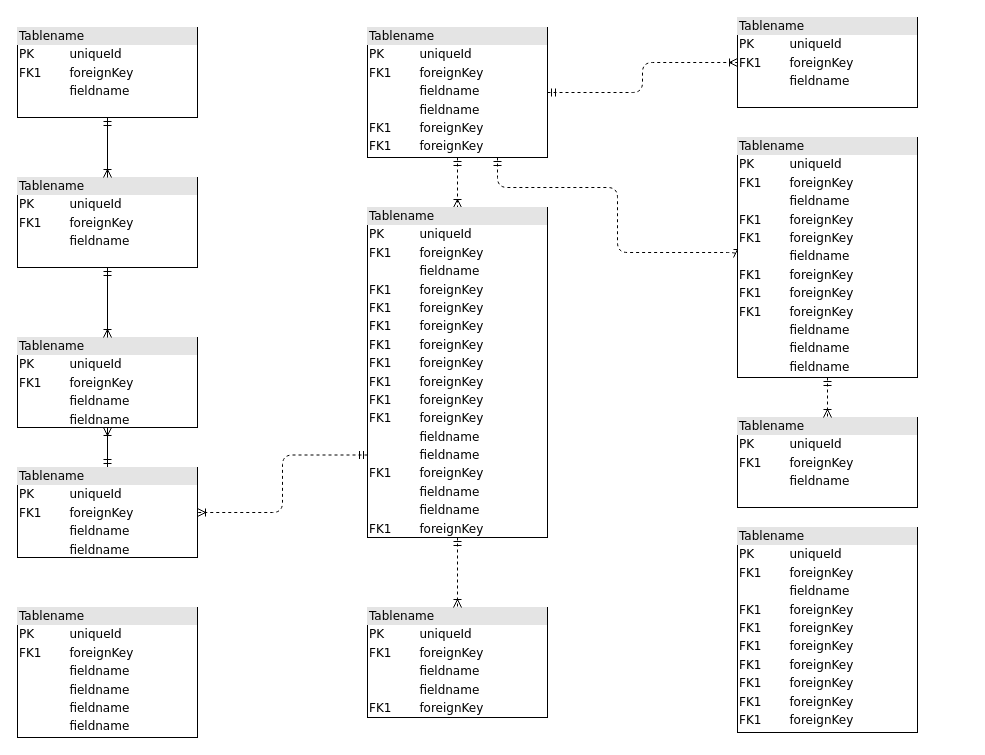
niklinkov/SQL keeps this draw.io diagram as uniDBschem.drawio. Above is the earlier version. Source tidied: cells renumbered, new cells numbered last; positions are measured from the earlier drawing's top-left corner, leaving out a move shared by most shapes. Both pictures are drawn from the tidied source at 100%, with x=0, y=0 at pixel (17, 17).
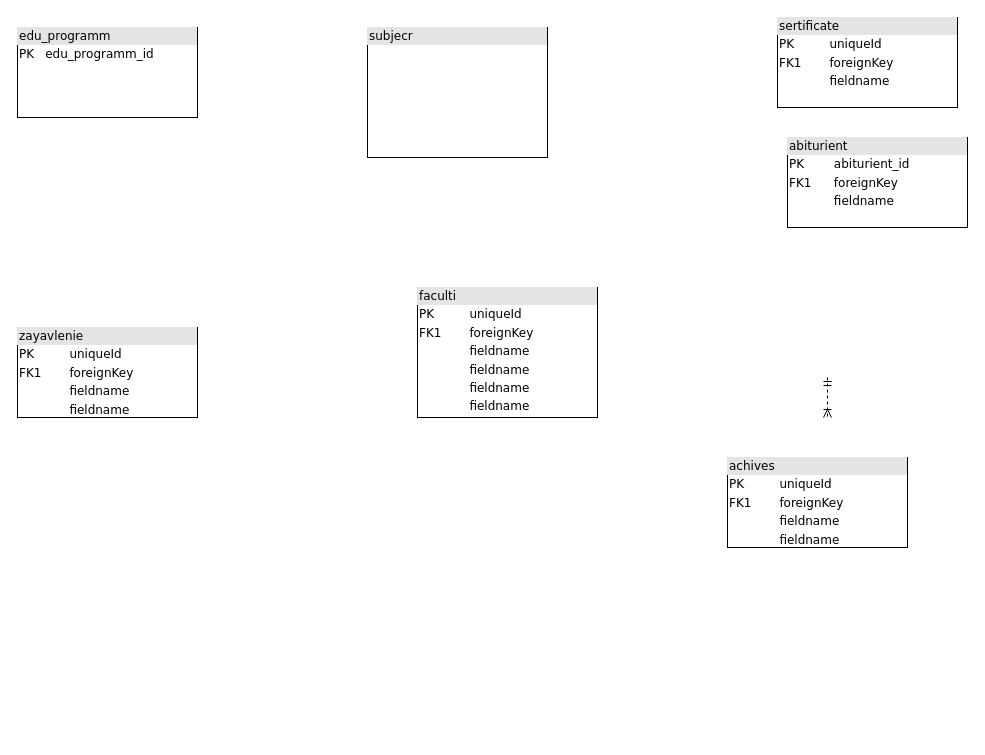
The same page after the edit.

What changed in the source:
```diff
@@
-    <mxCell id="2" value="&lt;div style=&quot;box-sizing:border-box;width:100%;background:#e4e4e4;padding:2px;&quot;&gt;Tablename&lt;/div&gt;&lt;table style=&quot;width:100%;font-size:1em;&quot; cellpadding=&quot;2&quot; cellspacing=&quot;0&quot;&gt;&lt;tr&gt;&lt;td&gt;PK&lt;/td&gt;&lt;td&gt;uniqueId&lt;/td&gt;&lt;/tr&gt;&lt;tr&gt;&lt;td&gt;FK1&lt;/td&gt;&lt;td&gt;foreignKey&lt;/td&gt;&lt;/tr&gt;&lt;tr&gt;&lt;td&gt;&lt;/td&gt;&lt;td&gt;fieldname&lt;/td&gt;&lt;/tr&gt;&lt;/table&gt;" style="verticalAlign=top;align=left;overflow=fill;html=1;rounded=0;shadow=0;comic=0;labelBackgroundColor=none;strokeWidth=1;fontFamily=Verdana;fontSize=12;" parent="1" vertex="1">
+    <mxCell id="2" value="&lt;div style=&quot;box-sizing: border-box ; width: 100% ; background: #e4e4e4 ; padding: 2px&quot;&gt;edu_programm&lt;/div&gt;&lt;table style=&quot;width: 100% ; font-size: 1em&quot; cellpadding=&quot;2&quot; cellspacing=&quot;0&quot;&gt;&lt;tbody&gt;&lt;tr&gt;&lt;td&gt;PK&lt;/td&gt;&lt;td&gt;edu_programm_id&lt;/td&gt;&lt;/tr&gt;&lt;tr&gt;&lt;td&gt;&lt;br&gt;&lt;/td&gt;&lt;td&gt;&lt;br&gt;&lt;/td&gt;&lt;/tr&gt;&lt;/tbody&gt;&lt;/table&gt;" style="verticalAlign=top;align=left;overflow=fill;html=1;rounded=0;shadow=0;comic=0;labelBackgroundColor=none;strokeWidth=1;fontFamily=Verdana;fontSize=12;" parent="1" vertex="1">
       <mxGeometry y="10" width="180" height="90" as="geometry" />
     </mxCell>
-    <mxCell id="3" style="edgeStyle=orthogonalEdgeStyle;html=1;entryX=0.5;entryY=0;dashed=1;labelBackgroundColor=none;startArrow=ERmandOne;endArrow=ERoneToMany;fontFamily=Verdana;fontSize=12;align=left;" parent="1" edge="1" source="6" target="16">
-      <mxGeometry relative="1" as="geometry" />
-    </mxCell>
-    <mxCell id="4" style="edgeStyle=orthogonalEdgeStyle;html=1;dashed=1;labelBackgroundColor=none;startArrow=ERmandOne;endArrow=ERoneToMany;fontFamily=Verdana;fontSize=12;align=left;entryX=0;entryY=0.5;" parent="1" edge="1" source="6" target="19">
-      <mxGeometry relative="1" as="geometry">
-        <Array as="points">
-          <mxPoint x="480" y="170" />
-          <mxPoint x="600" y="170" />
-          <mxPoint x="600" y="235" />
-        </Array>
-      </mxGeometry>
-    </mxCell>
-    <mxCell id="5" style="edgeStyle=orthogonalEdgeStyle;html=1;dashed=1;labelBackgroundColor=none;startArrow=ERmandOne;endArrow=ERoneToMany;fontFamily=Verdana;fontSize=12;align=left;" parent="1" edge="1" source="6" target="20">
-      <mxGeometry relative="1" as="geometry" />
-    </mxCell>
-    <mxCell id="6" value="&lt;div style=&quot;box-sizing: border-box ; width: 100% ; background: #e4e4e4 ; padding: 2px&quot;&gt;Tablename&lt;/div&gt;&lt;table style=&quot;width: 100% ; font-size: 1em&quot; cellpadding=&quot;2&quot; cellspacing=&quot;0&quot;&gt;&lt;tbody&gt;&lt;tr&gt;&lt;td&gt;PK&lt;/td&gt;&lt;td&gt;uniqueId&lt;/td&gt;&lt;/tr&gt;&lt;tr&gt;&lt;td&gt;FK1&lt;/td&gt;&lt;td&gt;foreignKey&lt;/td&gt;&lt;/tr&gt;&lt;tr&gt;&lt;td&gt;&lt;/td&gt;&lt;td&gt;fieldname&lt;/td&gt;&lt;/tr&gt;&lt;tr&gt;&lt;td&gt;&lt;br&gt;&lt;/td&gt;&lt;td&gt;fieldname&lt;br&gt;&lt;/td&gt;&lt;/tr&gt;&lt;tr&gt;&lt;td&gt;FK1&lt;br&gt;&lt;/td&gt;&lt;td&gt;foreignKey&lt;br&gt;&lt;/td&gt;&lt;/tr&gt;&lt;tr&gt;&lt;td&gt;FK1&lt;br&gt;&lt;/td&gt;&lt;td&gt;foreignKey&lt;br&gt;&lt;/td&gt;&lt;/tr&gt;&lt;/tbody&gt;&lt;/table&gt;" style="verticalAlign=top;align=left;overflow=fill;html=1;rounded=0;shadow=0;comic=0;labelBackgroundColor=none;strokeWidth=1;fontFamily=Verdana;fontSize=12;" parent="1" vertex="1">
+    <mxCell id="6" value="&lt;div style=&quot;box-sizing: border-box ; width: 100% ; background: #e4e4e4 ; padding: 2px&quot;&gt;subjecr&lt;/div&gt;" style="verticalAlign=top;align=left;overflow=fill;html=1;rounded=0;shadow=0;comic=0;labelBackgroundColor=none;strokeWidth=1;fontFamily=Verdana;fontSize=12;" parent="1" vertex="1">
       <mxGeometry x="350" y="10" width="180" height="130" as="geometry" />
     </mxCell>
-    <mxCell id="7" style="edgeStyle=orthogonalEdgeStyle;html=1;labelBackgroundColor=none;startArrow=ERmandOne;endArrow=ERoneToMany;fontFamily=Verdana;fontSize=12;align=left;" parent="1" edge="1" source="9" target="10">
-      <mxGeometry relative="1" as="geometry" />
-    </mxCell>
-    <mxCell id="8" style="edgeStyle=orthogonalEdgeStyle;html=1;exitX=0;exitY=0.75;entryX=1;entryY=0.5;dashed=1;labelBackgroundColor=none;startArrow=ERmandOne;endArrow=ERoneToMany;fontFamily=Verdana;fontSize=12;align=left;" parent="1" edge="1" source="16" target="9">
-      <mxGeometry relative="1" as="geometry" />
-    </mxCell>
-    <mxCell id="9" value="&lt;div style=&quot;box-sizing: border-box ; width: 100% ; background: #e4e4e4 ; padding: 2px&quot;&gt;Tablename&lt;/div&gt;&lt;table style=&quot;width: 100% ; font-size: 1em&quot; cellpadding=&quot;2&quot; cellspacing=&quot;0&quot;&gt;&lt;tbody&gt;&lt;tr&gt;&lt;td&gt;PK&lt;/td&gt;&lt;td&gt;uniqueId&lt;/td&gt;&lt;/tr&gt;&lt;tr&gt;&lt;td&gt;FK1&lt;/td&gt;&lt;td&gt;foreignKey&lt;/td&gt;&lt;/tr&gt;&lt;tr&gt;&lt;td&gt;&lt;/td&gt;&lt;td&gt;fieldname&lt;/td&gt;&lt;/tr&gt;&lt;tr&gt;&lt;td&gt;&lt;br&gt;&lt;/td&gt;&lt;td&gt;fieldname&lt;br&gt;&lt;/td&gt;&lt;/tr&gt;&lt;/tbody&gt;&lt;/table&gt;" style="verticalAlign=top;align=left;overflow=fill;html=1;rounded=0;shadow=0;comic=0;labelBackgroundColor=none;strokeWidth=1;fontFamily=Verdana;fontSize=12;" parent="1" vertex="1">
-      <mxGeometry y="450" width="180" height="90" as="geometry" />
+    <mxCell id="9" value="&lt;div style=&quot;box-sizing: border-box ; width: 100% ; background: #e4e4e4 ; padding: 2px&quot;&gt;achives&lt;/div&gt;&lt;table style=&quot;width: 100% ; font-size: 1em&quot; cellpadding=&quot;2&quot; cellspacing=&quot;0&quot;&gt;&lt;tbody&gt;&lt;tr&gt;&lt;td&gt;PK&lt;/td&gt;&lt;td&gt;uniqueId&lt;/td&gt;&lt;/tr&gt;&lt;tr&gt;&lt;td&gt;FK1&lt;/td&gt;&lt;td&gt;foreignKey&lt;/td&gt;&lt;/tr&gt;&lt;tr&gt;&lt;td&gt;&lt;/td&gt;&lt;td&gt;fieldname&lt;/td&gt;&lt;/tr&gt;&lt;tr&gt;&lt;td&gt;&lt;br&gt;&lt;/td&gt;&lt;td&gt;fieldname&lt;br&gt;&lt;/td&gt;&lt;/tr&gt;&lt;/tbody&gt;&lt;/table&gt;" style="verticalAlign=top;align=left;overflow=fill;html=1;rounded=0;shadow=0;comic=0;labelBackgroundColor=none;strokeWidth=1;fontFamily=Verdana;fontSize=12;" parent="1" vertex="1">
+      <mxGeometry x="710" y="440" width="180" height="90" as="geometry" />
     </mxCell>
-    <mxCell id="10" value="&lt;div style=&quot;box-sizing: border-box ; width: 100% ; background: #e4e4e4 ; padding: 2px&quot;&gt;Tablename&lt;/div&gt;&lt;table style=&quot;width: 100% ; font-size: 1em&quot; cellpadding=&quot;2&quot; cellspacing=&quot;0&quot;&gt;&lt;tbody&gt;&lt;tr&gt;&lt;td&gt;PK&lt;/td&gt;&lt;td&gt;uniqueId&lt;/td&gt;&lt;/tr&gt;&lt;tr&gt;&lt;td&gt;FK1&lt;/td&gt;&lt;td&gt;foreignKey&lt;/td&gt;&lt;/tr&gt;&lt;tr&gt;&lt;td&gt;&lt;/td&gt;&lt;td&gt;fieldname&lt;/td&gt;&lt;/tr&gt;&lt;tr&gt;&lt;td&gt;&lt;br&gt;&lt;/td&gt;&lt;td&gt;fieldname&lt;br&gt;&lt;/td&gt;&lt;/tr&gt;&lt;/tbody&gt;&lt;/table&gt;" style="verticalAlign=top;align=left;overflow=fill;html=1;rounded=0;shadow=0;comic=0;labelBackgroundColor=none;strokeWidth=1;fontFamily=Verdana;fontSize=12;" parent="1" vertex="1">
-      <mxGeometry y="320" width="180" height="90" as="geometry" />
+    <mxCell id="10" value="&lt;div style=&quot;box-sizing: border-box ; width: 100% ; background: #e4e4e4 ; padding: 2px&quot;&gt;zayavlenie&lt;/div&gt;&lt;table style=&quot;width: 100% ; font-size: 1em&quot; cellpadding=&quot;2&quot; cellspacing=&quot;0&quot;&gt;&lt;tbody&gt;&lt;tr&gt;&lt;td&gt;PK&lt;/td&gt;&lt;td&gt;uniqueId&lt;/td&gt;&lt;/tr&gt;&lt;tr&gt;&lt;td&gt;FK1&lt;/td&gt;&lt;td&gt;foreignKey&lt;/td&gt;&lt;/tr&gt;&lt;tr&gt;&lt;td&gt;&lt;/td&gt;&lt;td&gt;fieldname&lt;/td&gt;&lt;/tr&gt;&lt;tr&gt;&lt;td&gt;&lt;br&gt;&lt;/td&gt;&lt;td&gt;fieldname&lt;br&gt;&lt;/td&gt;&lt;/tr&gt;&lt;/tbody&gt;&lt;/table&gt;" style="verticalAlign=top;align=left;overflow=fill;html=1;rounded=0;shadow=0;comic=0;labelBackgroundColor=none;strokeWidth=1;fontFamily=Verdana;fontSize=12;" parent="1" vertex="1">
+      <mxGeometry y="310" width="180" height="90" as="geometry" />
     </mxCell>
-    <mxCell id="11" style="edgeStyle=orthogonalEdgeStyle;html=1;entryX=0.5;entryY=0;labelBackgroundColor=none;startArrow=ERmandOne;endArrow=ERoneToMany;fontFamily=Verdana;fontSize=12;align=left;" parent="1" edge="1" source="12" target="10">
-      <mxGeometry relative="1" as="geometry" />
-    </mxCell>
-    <mxCell id="12" value="&lt;div style=&quot;box-sizing:border-box;width:100%;background:#e4e4e4;padding:2px;&quot;&gt;Tablename&lt;/div&gt;&lt;table style=&quot;width:100%;font-size:1em;&quot; cellpadding=&quot;2&quot; cellspacing=&quot;0&quot;&gt;&lt;tr&gt;&lt;td&gt;PK&lt;/td&gt;&lt;td&gt;uniqueId&lt;/td&gt;&lt;/tr&gt;&lt;tr&gt;&lt;td&gt;FK1&lt;/td&gt;&lt;td&gt;foreignKey&lt;/td&gt;&lt;/tr&gt;&lt;tr&gt;&lt;td&gt;&lt;/td&gt;&lt;td&gt;fieldname&lt;/td&gt;&lt;/tr&gt;&lt;/table&gt;" style="verticalAlign=top;align=left;overflow=fill;html=1;rounded=0;shadow=0;comic=0;labelBackgroundColor=none;strokeWidth=1;fontFamily=Verdana;fontSize=12;" parent="1" vertex="1">
-      <mxGeometry y="160" width="180" height="90" as="geometry" />
+    <mxCell id="12" value="&lt;div style=&quot;box-sizing: border-box ; width: 100% ; background: #e4e4e4 ; padding: 2px&quot;&gt;abiturient&lt;/div&gt;&lt;table style=&quot;width: 100% ; font-size: 1em&quot; cellpadding=&quot;2&quot; cellspacing=&quot;0&quot;&gt;&lt;tbody&gt;&lt;tr&gt;&lt;td&gt;PK&lt;/td&gt;&lt;td&gt;abiturient_id&lt;/td&gt;&lt;/tr&gt;&lt;tr&gt;&lt;td&gt;FK1&lt;/td&gt;&lt;td&gt;foreignKey&lt;/td&gt;&lt;/tr&gt;&lt;tr&gt;&lt;td&gt;&lt;/td&gt;&lt;td&gt;fieldname&lt;/td&gt;&lt;/tr&gt;&lt;/tbody&gt;&lt;/table&gt;" style="verticalAlign=top;align=left;overflow=fill;html=1;rounded=0;shadow=0;comic=0;labelBackgroundColor=none;strokeWidth=1;fontFamily=Verdana;fontSize=12;" parent="1" vertex="1">
+      <mxGeometry x="770" y="120" width="180" height="90" as="geometry" />
     </mxCell>
-    <mxCell id="13" value="&lt;div style=&quot;box-sizing: border-box ; width: 100% ; background: #e4e4e4 ; padding: 2px&quot;&gt;Tablename&lt;/div&gt;&lt;table style=&quot;width: 100% ; font-size: 1em&quot; cellpadding=&quot;2&quot; cellspacing=&quot;0&quot;&gt;&lt;tbody&gt;&lt;tr&gt;&lt;td&gt;PK&lt;/td&gt;&lt;td&gt;uniqueId&lt;/td&gt;&lt;/tr&gt;&lt;tr&gt;&lt;td&gt;FK1&lt;/td&gt;&lt;td&gt;foreignKey&lt;/td&gt;&lt;/tr&gt;&lt;tr&gt;&lt;td&gt;&lt;/td&gt;&lt;td&gt;fieldname&lt;/td&gt;&lt;/tr&gt;&lt;tr&gt;&lt;td&gt;FK1&lt;br&gt;&lt;/td&gt;&lt;td&gt;foreignKey&lt;br&gt;&lt;/td&gt;&lt;/tr&gt;&lt;tr&gt;&lt;td&gt;FK1&lt;br&gt;&lt;/td&gt;&lt;td&gt;foreignKey&lt;br&gt;&lt;/td&gt;&lt;/tr&gt;&lt;tr&gt;&lt;td&gt;FK1&lt;br&gt;&lt;/td&gt;&lt;td&gt;foreignKey&lt;br&gt;&lt;/td&gt;&lt;/tr&gt;&lt;tr&gt;&lt;td&gt;FK1&lt;br&gt;&lt;/td&gt;&lt;td&gt;foreignKey&lt;br&gt;&lt;/td&gt;&lt;/tr&gt;&lt;tr&gt;&lt;td&gt;FK1&lt;br&gt;&lt;/td&gt;&lt;td&gt;foreignKey&lt;br&gt;&lt;/td&gt;&lt;/tr&gt;&lt;tr&gt;&lt;td&gt;FK1&lt;br&gt;&lt;/td&gt;&lt;td&gt;foreignKey&lt;br&gt;&lt;/td&gt;&lt;/tr&gt;&lt;tr&gt;&lt;td&gt;FK1&lt;br&gt;&lt;/td&gt;&lt;td&gt;foreignKey&lt;br&gt;&lt;/td&gt;&lt;/tr&gt;&lt;/tbody&gt;&lt;/table&gt;" style="verticalAlign=top;align=left;overflow=fill;html=1;rounded=0;shadow=0;comic=0;labelBackgroundColor=none;strokeWidth=1;fontFamily=Verdana;fontSize=12;" parent="1" vertex="1">
-      <mxGeometry x="720" y="510" width="180" height="205" as="geometry" />
-    </mxCell>
-    <mxCell id="14" value="&lt;div style=&quot;box-sizing: border-box ; width: 100% ; background: #e4e4e4 ; padding: 2px&quot;&gt;Tablename&lt;/div&gt;&lt;table style=&quot;width: 100% ; font-size: 1em&quot; cellpadding=&quot;2&quot; cellspacing=&quot;0&quot;&gt;&lt;tbody&gt;&lt;tr&gt;&lt;td&gt;PK&lt;/td&gt;&lt;td&gt;uniqueId&lt;/td&gt;&lt;/tr&gt;&lt;tr&gt;&lt;td&gt;FK1&lt;/td&gt;&lt;td&gt;foreignKey&lt;/td&gt;&lt;/tr&gt;&lt;tr&gt;&lt;td&gt;&lt;/td&gt;&lt;td&gt;fieldname&lt;/td&gt;&lt;/tr&gt;&lt;tr&gt;&lt;td&gt;&lt;br&gt;&lt;/td&gt;&lt;td&gt;fieldname&lt;br&gt;&lt;/td&gt;&lt;/tr&gt;&lt;tr&gt;&lt;td&gt;FK1&lt;br&gt;&lt;/td&gt;&lt;td&gt;foreignKey&lt;br&gt;&lt;/td&gt;&lt;/tr&gt;&lt;/tbody&gt;&lt;/table&gt;" style="verticalAlign=top;align=left;overflow=fill;html=1;rounded=0;shadow=0;comic=0;labelBackgroundColor=none;strokeWidth=1;fontFamily=Verdana;fontSize=12;" parent="1" vertex="1">
-      <mxGeometry x="350" y="590" width="180" height="110" as="geometry" />
-    </mxCell>
-    <mxCell id="15" style="edgeStyle=orthogonalEdgeStyle;html=1;entryX=0.5;entryY=0;labelBackgroundColor=none;startArrow=ERmandOne;endArrow=ERoneToMany;fontFamily=Verdana;fontSize=12;align=left;dashed=1;" parent="1" edge="1" source="16" target="14">
-      <mxGeometry relative="1" as="geometry" />
-    </mxCell>
-    <mxCell id="16" value="&lt;div style=&quot;box-sizing: border-box ; width: 100% ; background: #e4e4e4 ; padding: 2px&quot;&gt;Tablename&lt;/div&gt;&lt;table style=&quot;width: 100% ; font-size: 1em&quot; cellpadding=&quot;2&quot; cellspacing=&quot;0&quot;&gt;&lt;tbody&gt;&lt;tr&gt;&lt;td&gt;PK&lt;/td&gt;&lt;td&gt;uniqueId&lt;/td&gt;&lt;/tr&gt;&lt;tr&gt;&lt;td&gt;FK1&lt;/td&gt;&lt;td&gt;foreignKey&lt;/td&gt;&lt;/tr&gt;&lt;tr&gt;&lt;td&gt;&lt;/td&gt;&lt;td&gt;fieldname&lt;/td&gt;&lt;/tr&gt;&lt;tr&gt;&lt;td&gt;FK1&lt;br&gt;&lt;/td&gt;&lt;td&gt;foreignKey&lt;br&gt;&lt;/td&gt;&lt;/tr&gt;&lt;tr&gt;&lt;td&gt;FK1&lt;br&gt;&lt;/td&gt;&lt;td&gt;foreignKey&lt;br&gt;&lt;/td&gt;&lt;/tr&gt;&lt;tr&gt;&lt;td&gt;FK1&lt;br&gt;&lt;/td&gt;&lt;td&gt;foreignKey&lt;br&gt;&lt;/td&gt;&lt;/tr&gt;&lt;tr&gt;&lt;td&gt;FK1&lt;br&gt;&lt;/td&gt;&lt;td&gt;foreignKey&lt;br&gt;&lt;/td&gt;&lt;/tr&gt;&lt;tr&gt;&lt;td&gt;FK1&lt;br&gt;&lt;/td&gt;&lt;td&gt;foreignKey&lt;br&gt;&lt;/td&gt;&lt;/tr&gt;&lt;tr&gt;&lt;td&gt;FK1&lt;br&gt;&lt;/td&gt;&lt;td&gt;foreignKey&lt;br&gt;&lt;/td&gt;&lt;/tr&gt;&lt;tr&gt;&lt;td&gt;FK1&lt;br&gt;&lt;/td&gt;&lt;td&gt;foreignKey&lt;br&gt;&lt;/td&gt;&lt;/tr&gt;&lt;tr&gt;&lt;td&gt;FK1&lt;br&gt;&lt;/td&gt;&lt;td&gt;foreignKey&lt;br&gt;&lt;/td&gt;&lt;/tr&gt;&lt;tr&gt;&lt;td&gt;&lt;br&gt;&lt;/td&gt;&lt;td&gt;fieldname&lt;br&gt;&lt;/td&gt;&lt;/tr&gt;&lt;tr&gt;&lt;td&gt;&lt;br&gt;&lt;/td&gt;&lt;td&gt;fieldname&lt;br&gt;&lt;/td&gt;&lt;/tr&gt;&lt;tr&gt;&lt;td&gt;FK1&lt;br&gt;&lt;/td&gt;&lt;td&gt;foreignKey&lt;br&gt;&lt;/td&gt;&lt;/tr&gt;&lt;tr&gt;&lt;td&gt;&lt;br&gt;&lt;/td&gt;&lt;td&gt;fieldname&lt;br&gt;&lt;/td&gt;&lt;/tr&gt;&lt;tr&gt;&lt;td&gt;&lt;br&gt;&lt;/td&gt;&lt;td&gt;fieldname&lt;br&gt;&lt;/td&gt;&lt;/tr&gt;&lt;tr&gt;&lt;td&gt;FK1&lt;br&gt;&lt;/td&gt;&lt;td&gt;foreignKey&lt;br&gt;&lt;/td&gt;&lt;/tr&gt;&lt;/tbody&gt;&lt;/table&gt;" style="verticalAlign=top;align=left;overflow=fill;html=1;rounded=0;shadow=0;comic=0;labelBackgroundColor=none;strokeWidth=1;fontFamily=Verdana;fontSize=12;" parent="1" vertex="1">
-      <mxGeometry x="350" y="190" width="180" height="330" as="geometry" />
-    </mxCell>
-    <mxCell id="17" value="&lt;div style=&quot;box-sizing:border-box;width:100%;background:#e4e4e4;padding:2px;&quot;&gt;Tablename&lt;/div&gt;&lt;table style=&quot;width:100%;font-size:1em;&quot; cellpadding=&quot;2&quot; cellspacing=&quot;0&quot;&gt;&lt;tr&gt;&lt;td&gt;PK&lt;/td&gt;&lt;td&gt;uniqueId&lt;/td&gt;&lt;/tr&gt;&lt;tr&gt;&lt;td&gt;FK1&lt;/td&gt;&lt;td&gt;foreignKey&lt;/td&gt;&lt;/tr&gt;&lt;tr&gt;&lt;td&gt;&lt;/td&gt;&lt;td&gt;fieldname&lt;/td&gt;&lt;/tr&gt;&lt;/table&gt;" style="verticalAlign=top;align=left;overflow=fill;html=1;rounded=0;shadow=0;comic=0;labelBackgroundColor=none;strokeWidth=1;fontFamily=Verdana;fontSize=12;" parent="1" vertex="1">
-      <mxGeometry x="720" y="400" width="180" height="90" as="geometry" />
-    </mxCell>
-    <mxCell id="18" style="edgeStyle=orthogonalEdgeStyle;html=1;entryX=0.5;entryY=0;dashed=1;labelBackgroundColor=none;startArrow=ERmandOne;endArrow=ERoneToMany;fontFamily=Verdana;fontSize=12;align=left;" parent="1" edge="1" source="19" target="17">
-      <mxGeometry relative="1" as="geometry" />
+    <mxCell id="18" style="edgeStyle=orthogonalEdgeStyle;html=1;entryX=0.5;entryY=0;dashed=1;labelBackgroundColor=none;startArrow=ERmandOne;endArrow=ERoneToMany;fontFamily=Verdana;fontSize=12;align=left;" parent="1" edge="1">
+      <mxGeometry relative="1" as="geometry">
+        <mxPoint x="810" y="360" as="sourcePoint" />
+        <mxPoint x="810" y="400" as="targetPoint" />
+      </mxGeometry>
     </mxCell>
-    <mxCell id="19" value="&lt;div style=&quot;box-sizing: border-box ; width: 100% ; background: #e4e4e4 ; padding: 2px&quot;&gt;Tablename&lt;/div&gt;&lt;table style=&quot;width: 100% ; font-size: 1em&quot; cellpadding=&quot;2&quot; cellspacing=&quot;0&quot;&gt;&lt;tbody&gt;&lt;tr&gt;&lt;td&gt;PK&lt;/td&gt;&lt;td&gt;uniqueId&lt;/td&gt;&lt;/tr&gt;&lt;tr&gt;&lt;td&gt;FK1&lt;/td&gt;&lt;td&gt;foreignKey&lt;/td&gt;&lt;/tr&gt;&lt;tr&gt;&lt;td&gt;&lt;/td&gt;&lt;td&gt;fieldname&lt;/td&gt;&lt;/tr&gt;&lt;tr&gt;&lt;td&gt;FK1&lt;br&gt;&lt;/td&gt;&lt;td&gt;foreignKey&lt;br&gt;&lt;/td&gt;&lt;/tr&gt;&lt;tr&gt;&lt;td&gt;FK1&lt;br&gt;&lt;/td&gt;&lt;td&gt;foreignKey&lt;br&gt;&lt;/td&gt;&lt;/tr&gt;&lt;tr&gt;&lt;td&gt;&lt;br&gt;&lt;/td&gt;&lt;td&gt;fieldname&lt;br&gt;&lt;/td&gt;&lt;/tr&gt;&lt;tr&gt;&lt;td&gt;FK1&lt;br&gt;&lt;/td&gt;&lt;td&gt;foreignKey&lt;br&gt;&lt;/td&gt;&lt;/tr&gt;&lt;tr&gt;&lt;td&gt;FK1&lt;br&gt;&lt;/td&gt;&lt;td&gt;foreignKey&lt;br&gt;&lt;/td&gt;&lt;/tr&gt;&lt;tr&gt;&lt;td&gt;FK1&lt;br&gt;&lt;/td&gt;&lt;td&gt;foreignKey&lt;br&gt;&lt;/td&gt;&lt;/tr&gt;&lt;tr&gt;&lt;td&gt;&lt;br&gt;&lt;/td&gt;&lt;td&gt;fieldname&lt;br&gt;&lt;/td&gt;&lt;/tr&gt;&lt;tr&gt;&lt;td&gt;&lt;br&gt;&lt;/td&gt;&lt;td&gt;fieldname&lt;br&gt;&lt;/td&gt;&lt;/tr&gt;&lt;tr&gt;&lt;td&gt;&lt;br&gt;&lt;/td&gt;&lt;td&gt;fieldname&lt;br&gt;&lt;/td&gt;&lt;/tr&gt;&lt;/tbody&gt;&lt;/table&gt;" style="verticalAlign=top;align=left;overflow=fill;html=1;rounded=0;shadow=0;comic=0;labelBackgroundColor=none;strokeWidth=1;fontFamily=Verdana;fontSize=12;" parent="1" vertex="1">
-      <mxGeometry x="720" y="120" width="180" height="240" as="geometry" />
-    </mxCell>
-    <mxCell id="20" value="&lt;div style=&quot;box-sizing:border-box;width:100%;background:#e4e4e4;padding:2px;&quot;&gt;Tablename&lt;/div&gt;&lt;table style=&quot;width:100%;font-size:1em;&quot; cellpadding=&quot;2&quot; cellspacing=&quot;0&quot;&gt;&lt;tr&gt;&lt;td&gt;PK&lt;/td&gt;&lt;td&gt;uniqueId&lt;/td&gt;&lt;/tr&gt;&lt;tr&gt;&lt;td&gt;FK1&lt;/td&gt;&lt;td&gt;foreignKey&lt;/td&gt;&lt;/tr&gt;&lt;tr&gt;&lt;td&gt;&lt;/td&gt;&lt;td&gt;fieldname&lt;/td&gt;&lt;/tr&gt;&lt;/table&gt;" style="verticalAlign=top;align=left;overflow=fill;html=1;rounded=0;shadow=0;comic=0;labelBackgroundColor=none;strokeWidth=1;fontFamily=Verdana;fontSize=12;" parent="1" vertex="1">
-      <mxGeometry x="720" width="180" height="90" as="geometry" />
+    <mxCell id="20" value="&lt;div style=&quot;box-sizing: border-box ; width: 100% ; background: #e4e4e4 ; padding: 2px&quot;&gt;sertificate&lt;/div&gt;&lt;table style=&quot;width: 100% ; font-size: 1em&quot; cellpadding=&quot;2&quot; cellspacing=&quot;0&quot;&gt;&lt;tbody&gt;&lt;tr&gt;&lt;td&gt;PK&lt;/td&gt;&lt;td&gt;uniqueId&lt;/td&gt;&lt;/tr&gt;&lt;tr&gt;&lt;td&gt;FK1&lt;/td&gt;&lt;td&gt;foreignKey&lt;/td&gt;&lt;/tr&gt;&lt;tr&gt;&lt;td&gt;&lt;/td&gt;&lt;td&gt;fieldname&lt;/td&gt;&lt;/tr&gt;&lt;/tbody&gt;&lt;/table&gt;" style="verticalAlign=top;align=left;overflow=fill;html=1;rounded=0;shadow=0;comic=0;labelBackgroundColor=none;strokeWidth=1;fontFamily=Verdana;fontSize=12;" parent="1" vertex="1">
+      <mxGeometry x="760" width="180" height="90" as="geometry" />
     </mxCell>
-    <mxCell id="21" value="&lt;div style=&quot;box-sizing: border-box ; width: 100% ; background: #e4e4e4 ; padding: 2px&quot;&gt;Tablename&lt;/div&gt;&lt;table style=&quot;width: 100% ; font-size: 1em&quot; cellpadding=&quot;2&quot; cellspacing=&quot;0&quot;&gt;&lt;tbody&gt;&lt;tr&gt;&lt;td&gt;PK&lt;/td&gt;&lt;td&gt;uniqueId&lt;/td&gt;&lt;/tr&gt;&lt;tr&gt;&lt;td&gt;FK1&lt;/td&gt;&lt;td&gt;foreignKey&lt;/td&gt;&lt;/tr&gt;&lt;tr&gt;&lt;td&gt;&lt;/td&gt;&lt;td&gt;fieldname&lt;/td&gt;&lt;/tr&gt;&lt;tr&gt;&lt;td&gt;&lt;br&gt;&lt;/td&gt;&lt;td&gt;fieldname&lt;br&gt;&lt;/td&gt;&lt;/tr&gt;&lt;tr&gt;&lt;td&gt;&lt;br&gt;&lt;/td&gt;&lt;td&gt;fieldname&lt;br&gt;&lt;/td&gt;&lt;/tr&gt;&lt;tr&gt;&lt;td&gt;&lt;br&gt;&lt;/td&gt;&lt;td&gt;fieldname&lt;br&gt;&lt;/td&gt;&lt;/tr&gt;&lt;/tbody&gt;&lt;/table&gt;" style="verticalAlign=top;align=left;overflow=fill;html=1;rounded=0;shadow=0;comic=0;labelBackgroundColor=none;strokeWidth=1;fontFamily=Verdana;fontSize=12;" parent="1" vertex="1">
-      <mxGeometry y="590" width="180" height="130" as="geometry" />
+    <mxCell id="21" value="&lt;div style=&quot;box-sizing: border-box ; width: 100% ; background: #e4e4e4 ; padding: 2px&quot;&gt;faculti&lt;/div&gt;&lt;table style=&quot;width: 100% ; font-size: 1em&quot; cellpadding=&quot;2&quot; cellspacing=&quot;0&quot;&gt;&lt;tbody&gt;&lt;tr&gt;&lt;td&gt;PK&lt;/td&gt;&lt;td&gt;uniqueId&lt;/td&gt;&lt;/tr&gt;&lt;tr&gt;&lt;td&gt;FK1&lt;/td&gt;&lt;td&gt;foreignKey&lt;/td&gt;&lt;/tr&gt;&lt;tr&gt;&lt;td&gt;&lt;/td&gt;&lt;td&gt;fieldname&lt;/td&gt;&lt;/tr&gt;&lt;tr&gt;&lt;td&gt;&lt;br&gt;&lt;/td&gt;&lt;td&gt;fieldname&lt;br&gt;&lt;/td&gt;&lt;/tr&gt;&lt;tr&gt;&lt;td&gt;&lt;br&gt;&lt;/td&gt;&lt;td&gt;fieldname&lt;br&gt;&lt;/td&gt;&lt;/tr&gt;&lt;tr&gt;&lt;td&gt;&lt;br&gt;&lt;/td&gt;&lt;td&gt;fieldname&lt;br&gt;&lt;/td&gt;&lt;/tr&gt;&lt;/tbody&gt;&lt;/table&gt;" style="verticalAlign=top;align=left;overflow=fill;html=1;rounded=0;shadow=0;comic=0;labelBackgroundColor=none;strokeWidth=1;fontFamily=Verdana;fontSize=12;" parent="1" vertex="1">
+      <mxGeometry x="400" y="270" width="180" height="130" as="geometry" />
     </mxCell>
-    <mxCell id="22" style="edgeStyle=orthogonalEdgeStyle;html=1;endArrow=ERoneToMany;startArrow=ERmandOne;labelBackgroundColor=none;fontFamily=Verdana;fontSize=12;align=left;exitX=0.5;exitY=1;entryX=0.5;entryY=0;" parent="1" edge="1" source="2" target="12">
-      <mxGeometry relative="1" as="geometry" />
-    </mxCell>
```
